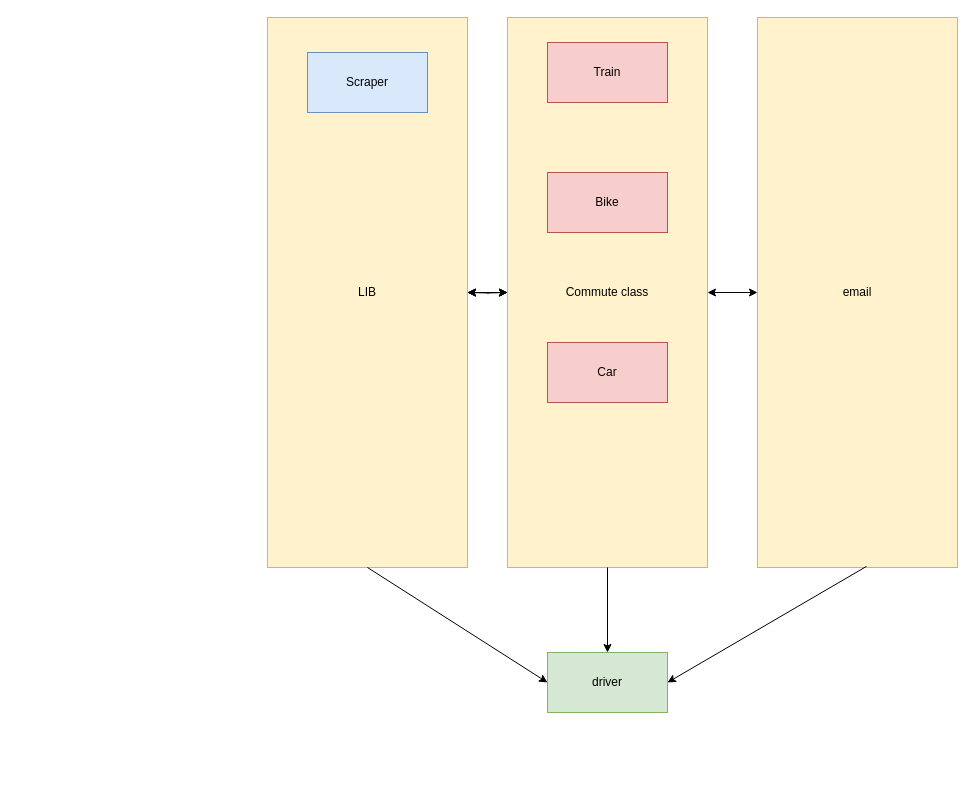
The draw.io diagram architecture.drawio in lIIllIIlIlI/Commute_Manager, before the edit. Source tidied: cells renumbered, new cells numbered last; positions are measured from the earlier drawing's top-left corner, leaving out a move shared by most shapes. Both pictures are drawn from the tidied source at 100%, with x=0, y=0 at pixel (267, 17).
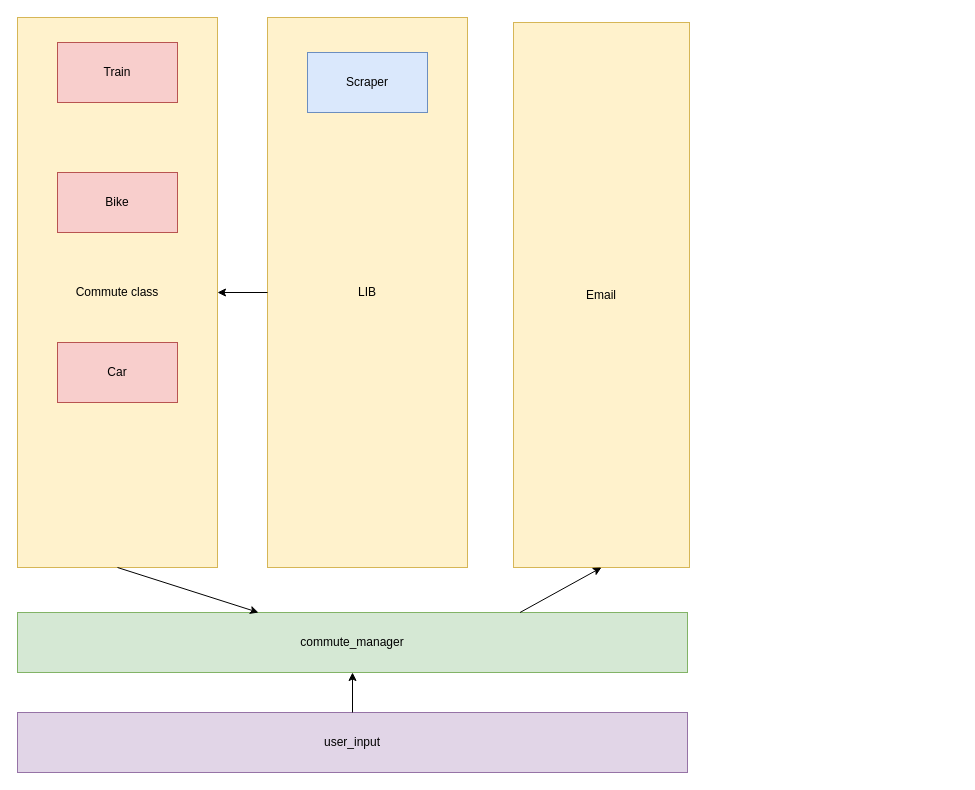
After the change.

Change to the diagram source:
```diff
@@
 <mxGraphModel>
   <root>
     <mxCell id="0" />
     <mxCell id="1" parent="0" />
-    <mxCell id="2" style="edgeStyle=orthogonalEdgeStyle;rounded=0;jettySize=auto;html=1;exitX=1;exitY=0.5;exitDx=0;exitDy=0;entryX=0;entryY=0.5;entryDx=0;entryDy=0;startArrow=classic;startFill=1;" parent="1" edge="1" source="3" target="7">
-      <mxGeometry relative="1" as="geometry" />
-    </mxCell>
     <mxCell id="3" value="LIB" style="rounded=0;whiteSpace=wrap;html=1;fillColor=#fff2cc;strokeColor=#d6b656;" parent="1" vertex="1">
       <mxGeometry width="200" height="550" as="geometry" />
     </mxCell>
     <mxCell id="4" value="Scraper" style="rounded=0;whiteSpace=wrap;html=1;fillColor=#dae8fc;strokeColor=#6c8ebf;" parent="1" vertex="1">
       <mxGeometry x="40" y="35" width="120" height="60" as="geometry" />
     </mxCell>
-    <mxCell id="5" style="edgeStyle=orthogonalEdgeStyle;rounded=0;jettySize=auto;html=1;startArrow=classic;startFill=1;" parent="1" edge="1" source="7" target="3">
-      <mxGeometry relative="1" as="geometry" />
-    </mxCell>
-    <mxCell id="6" style="edgeStyle=orthogonalEdgeStyle;rounded=0;jettySize=auto;html=1;entryX=0;entryY=0.5;entryDx=0;entryDy=0;startArrow=classic;startFill=1;" parent="1" edge="1" source="7" target="11">
-      <mxGeometry relative="1" as="geometry" />
-    </mxCell>
     <mxCell id="7" value="&lt;div align=&quot;center&quot;&gt;Commute class&lt;/div&gt;" style="rounded=0;whiteSpace=wrap;html=1;fillColor=#fff2cc;strokeColor=#d6b656;align=center;" parent="1" vertex="1">
-      <mxGeometry x="240" width="200" height="550" as="geometry" />
+      <mxGeometry x="-250" width="200" height="550" as="geometry" />
     </mxCell>
     <mxCell id="8" value="Car" style="rounded=0;whiteSpace=wrap;html=1;fillColor=#f8cecc;strokeColor=#b85450;" parent="1" vertex="1">
-      <mxGeometry x="280" y="325" width="120" height="60" as="geometry" />
+      <mxGeometry x="-210" y="325" width="120" height="60" as="geometry" />
     </mxCell>
     <mxCell id="9" value="Train" style="rounded=0;whiteSpace=wrap;html=1;fillColor=#f8cecc;strokeColor=#b85450;" parent="1" vertex="1">
-      <mxGeometry x="280" y="25" width="120" height="60" as="geometry" />
+      <mxGeometry x="-210" y="25" width="120" height="60" as="geometry" />
     </mxCell>
     <mxCell id="10" value="Bike" style="rounded=0;whiteSpace=wrap;html=1;fillColor=#f8cecc;strokeColor=#b85450;" parent="1" vertex="1">
-      <mxGeometry x="280" y="155" width="120" height="60" as="geometry" />
+      <mxGeometry x="-210" y="155" width="120" height="60" as="geometry" />
     </mxCell>
-    <mxCell id="11" value="&lt;div align=&quot;center&quot;&gt;email&lt;/div&gt;" style="rounded=0;whiteSpace=wrap;html=1;fillColor=#fff2cc;strokeColor=#d6b656;align=center;" parent="1" vertex="1">
-      <mxGeometry x="490" width="200" height="550" as="geometry" />
+    <mxCell id="11" value="Email" style="rounded=0;whiteSpace=wrap;html=1;fillColor=#fff2cc;strokeColor=#d6b656;align=center;" parent="1" vertex="1">
+      <mxGeometry x="246" y="5" width="176" height="545" as="geometry" />
     </mxCell>
-    <mxCell id="12" style="edgeStyle=orthogonalEdgeStyle;rounded=0;orthogonalLoop=1;jettySize=auto;html=1;startArrow=classic;startFill=1;" parent="1" edge="1">
-      <mxGeometry relative="1" as="geometry">
-        <mxPoint x="240" y="275" as="sourcePoint" />
-        <mxPoint x="200" y="275" as="targetPoint" />
-      </mxGeometry>
-    </mxCell>
-    <mxCell id="13" value="driver" style="rounded=0;whiteSpace=wrap;html=1;fillColor=#d5e8d4;strokeColor=#82b366;" parent="1" vertex="1">
-      <mxGeometry x="280" y="635" width="120" height="60" as="geometry" />
+    <mxCell id="13" value="commute_manager" style="rounded=0;whiteSpace=wrap;html=1;fillColor=#d5e8d4;strokeColor=#82b366;" parent="1" vertex="1">
+      <mxGeometry x="-250" y="595" width="670" height="60" as="geometry" />
     </mxCell>
     <mxCell id="14" style="endArrow=classic;html=1;exitX=0.5;exitY=1;exitDx=0;exitDy=0;" parent="1" edge="1" source="7" target="13">
       <mxGeometry relative="1" as="geometry" />
     </mxCell>
-    <mxCell id="15" style="endArrow=classic;html=1;exitX=0.5;exitY=1;exitDx=0;exitDy=0;entryX=0;entryY=0.5;entryDx=0;entryDy=0;" parent="1" edge="1" source="3" target="13">
-      <mxGeometry relative="1" as="geometry" />
-    </mxCell>
-    <mxCell id="16" style="endArrow=classic;html=1;exitX=0.545;exitY=0.998;exitDx=0;exitDy=0;exitPerimeter=0;entryX=1;entryY=0.5;entryDx=0;entryDy=0;" parent="1" edge="1" source="11" target="13">
+    <mxCell id="16" style="endArrow=classic;html=1;exitX=0.75;exitY=0;exitDx=0;exitDy=0;entryX=0.5;entryY=1;entryDx=0;entryDy=0;" parent="1" edge="1" source="13" target="11">
       <mxGeometry relative="1" as="geometry" />
     </mxCell>
+    <mxCell id="2" style="endArrow=classic;html=1;exitX=0;exitY=0.5;exitDx=0;exitDy=0;entryX=1;entryY=0.5;entryDx=0;entryDy=0;" parent="1" edge="1" source="3" target="7">
+      <mxGeometry relative="1" as="geometry" />
+    </mxCell>
+    <mxCell id="17" value="user_input" style="rounded=0;whiteSpace=wrap;html=1;fillColor=#e1d5e7;strokeColor=#9673a6;" parent="1" vertex="1">
+      <mxGeometry x="-250" y="695" width="670" height="60" as="geometry" />
+    </mxCell>
+    <mxCell id="18" style="endArrow=classic;html=1;exitX=0.5;exitY=0;exitDx=0;exitDy=0;entryX=0.5;entryY=1;entryDx=0;entryDy=0;" parent="1" edge="1" source="17" target="13">
+      <mxGeometry relative="1" as="geometry" />
+    </mxCell>
   </root>
 </mxGraphModel>
```
